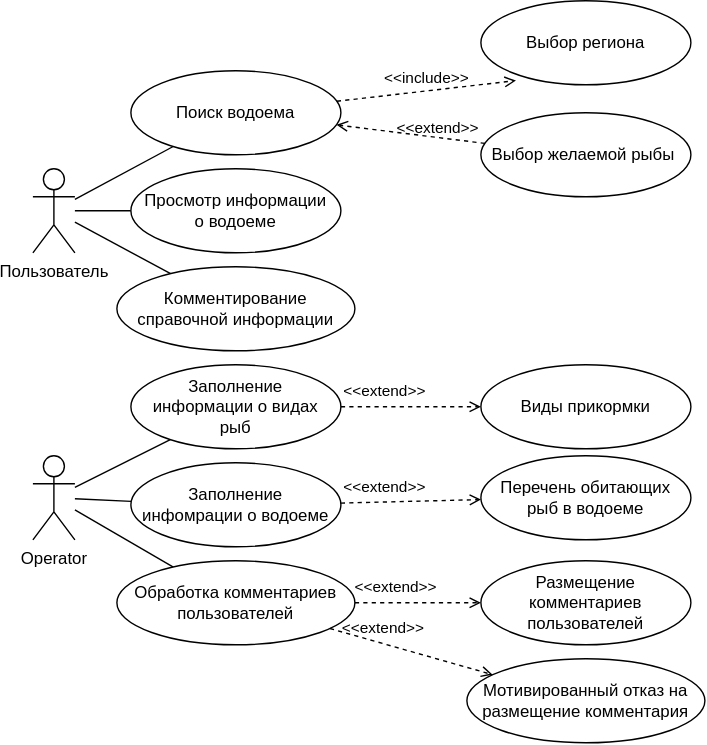
Above: use case.drawio.svg in Gsuslov/site (draw.io), before the change. Source tidied: cells renumbered, new cells last; positions are measured from the earlier drawing's top-left corner, leaving out a move shared by most shapes.
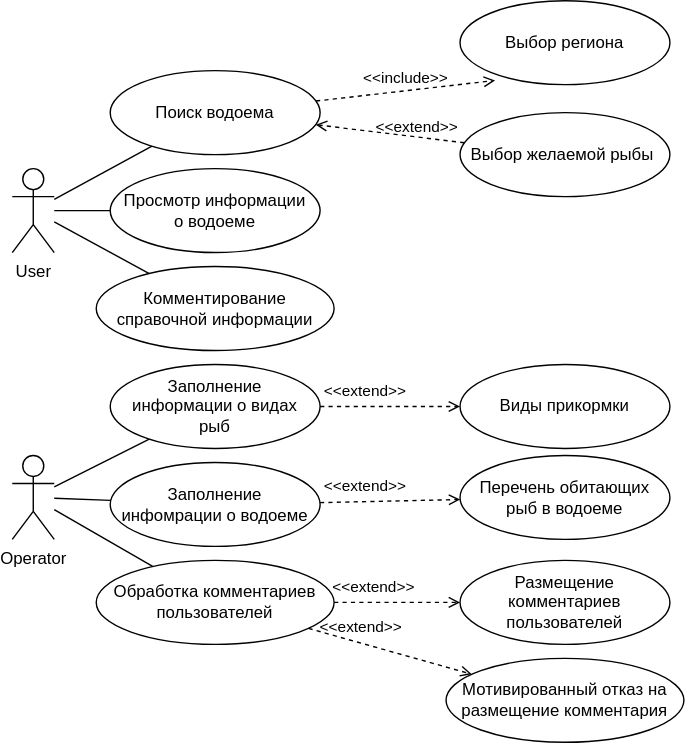
Above is the later version.

What changed in the source:
```diff
@@ -2,7 +2,7 @@
   <root>
     <mxCell id="0" />
     <mxCell id="1" parent="0" />
-    <mxCell id="2" value="Пользователь" style="shape=umlActor;verticalLabelPosition=bottom;verticalAlign=top;html=1;outlineConnect=0;" parent="1" vertex="1">
+    <mxCell id="2" value="User" style="shape=umlActor;verticalLabelPosition=bottom;verticalAlign=top;html=1;outlineConnect=0;" parent="1" vertex="1">
       <mxGeometry y="120" width="30" height="60" as="geometry" />
     </mxCell>
     <mxCell id="3" style="rounded=0;jettySize=auto;html=1;endArrow=none;endFill=0;" parent="1" edge="1" source="4" target="2">
```
